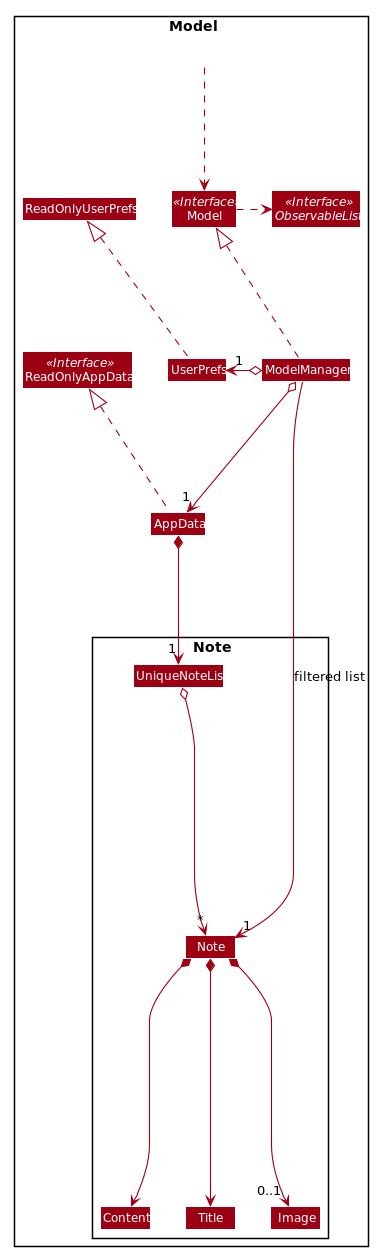
Before: docs/images/ModelClassDiagram.png, a diagram exported from PlantUML (nus-cs2103-AY1920S1/addressbook-level3).
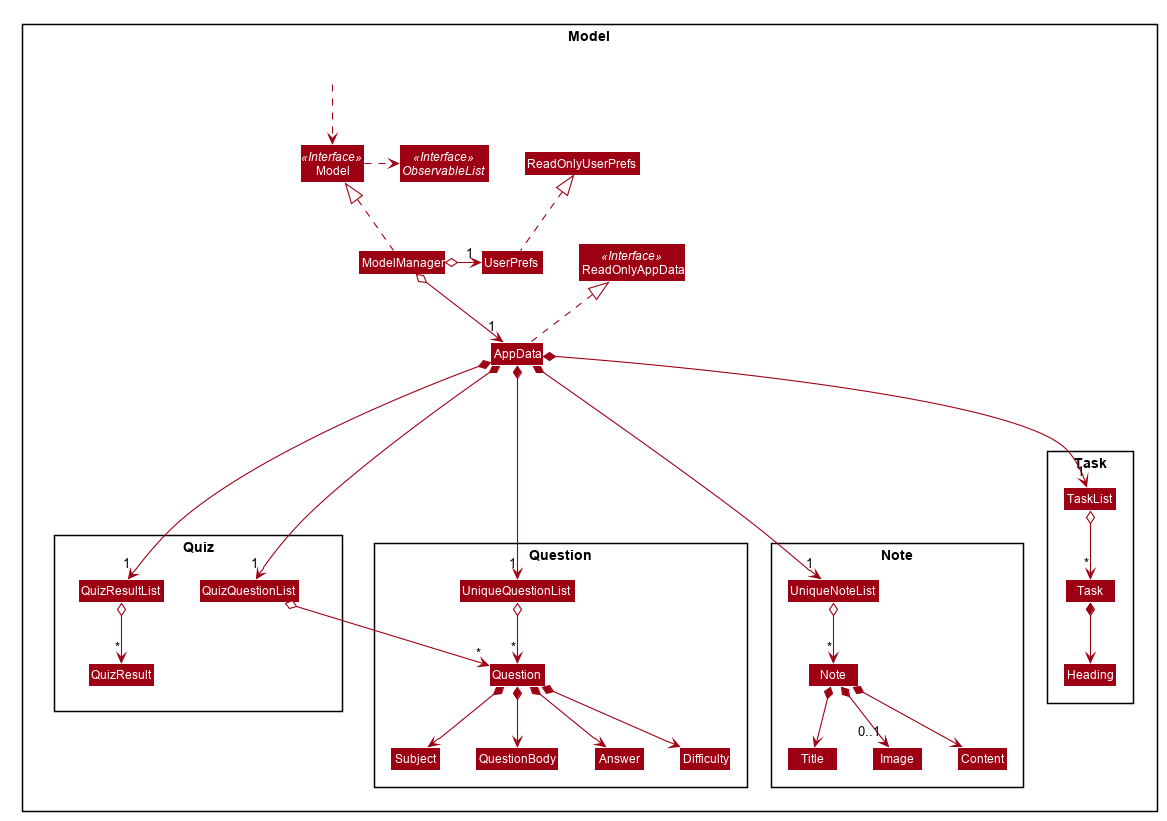
After the change.

Commit message:
Redesign Model class diagram

The edit, as a diff of the source:
```diff
@@ -70,6 +70,32 @@
 Class UniqueNoteList
 }
 
+Package Question {
+Class Question
+Class QuestionBody
+Class Answer
+Class Difficulty
+Class Subject
+Class UniqueQuestionList
+}
+
+Package Quiz {
+Class QuizQuestionList
+Class QuizResult
+Class QuizResultList
+QuizQuestionList -[hidden]left- QuizResultList
+}
+
+Package Task {
+Class Task
+Class Heading
+Class TaskList
+}
+
+Note -[hidden]left- Question
+Question -[hidden]left- Quiz
+Quiz -[hidden]left- Task
+
 Class HiddenOutside #FFFFFF
 HiddenOutside ..> Model
 
@@ -81,11 +107,29 @@
 ModelManager o-left-> "1" UserPrefs
 UserPrefs .up.|> ReadOnlyUserPrefs
 
-AppData *--> "1" UniqueNoteList
+AppData *---> "1" UniqueNoteList
 UniqueNoteList o--> "*" Note
 Note *--> Title
 Note *--> Content
 Note *-->"0..1" Image
 
-ModelManager -->"1" Note : filtered list
+AppData *---> "1" UniqueQuestionList
+UniqueQuestionList o--> "*" Question
+Question *--> QuestionBody
+Question *--> Answer
+Question *--> Difficulty
+Question *--> Subject
+
+AppData *---> "1" QuizQuestionList
+AppData *---> "1" QuizResultList
+QuizQuestionList o--> "*" Question
+QuizResultList o--> "*" QuizResult
+
+
+AppData *---> "1" TaskList
+TaskList o-->  "*" Task
+Task *-down-> Heading
+
+}
+
 @enduml
```
